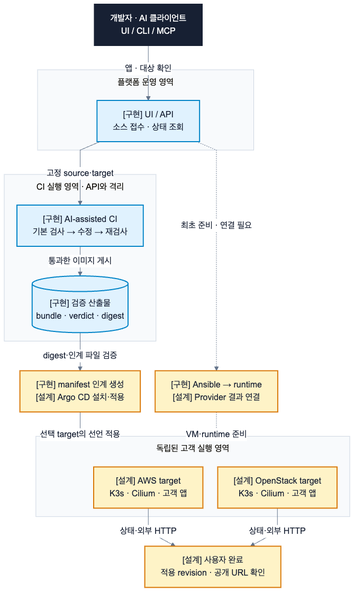
This is docs/architecture/diagrams/system-overview.png from Jasmin-Softbank/Railshot, a Mermaid export, as it was before one commit. Its source is kept beside it as docs/architecture/diagrams/system-overview.mmd. Source of this version:
```mermaid
%%{init: {"theme":"base","fontFamily":"Arial,sans-serif","themeVariables":{"fontFamily":"Arial,sans-serif","fontSize":"16px","primaryTextColor":"#172033","lineColor":"#64748b","edgeLabelBackground":"#ffffff","clusterBkg":"#f8fafc","clusterBorder":"#cbd5e1"},"flowchart":{"curve":"linear","nodeSpacing":28,"rankSpacing":32,"htmlLabels":true,"subGraphTitleMargin":{"top":12,"bottom":30}}}}%%
flowchart TB
  USER["개발자 · AI 클라이언트<br/>UI / CLI / MCP"]:::actor
  subgraph PLATFORM["플랫폼 운영 영역"]
    API["[구현] UI / API<br/>소스 접수 · 상태 조회"]:::code
  end
  subgraph BUILD["CI 실행 영역 · API와 격리"]
    CI["[구현] AI-assisted CI<br/>기본 검사 → 수정 → 재검사"]:::code
    ART[("[구현] 검증 산출물<br/>bundle · verdict · digest")]:::code
  end
  CD["[구현] manifest 인계 생성<br/>[설계] Argo CD 설치·적용"]:::design
  PREP["[구현] Ansible → runtime<br/>[설계] Provider 결과 연결"]:::design
  subgraph TARGETS["독립된 고객 실행 영역"]
    AWS["[설계] AWS target<br/>K3s · Cilium · 고객 앱"]:::design
    ONP["[설계] OpenStack target<br/>K3s · Cilium · 고객 앱"]:::design
  end
  RESULT["[설계] 사용자 완료<br/>적용 revision · 공개 URL 확인"]:::design
  USER --->|"앱 · 대상 확인"| API
  API --->|"고정 source·target"| CI
  CI -->|"통과한 이미지 게시"| ART
  ART -->|"digest·인계 파일 검증"| CD
  CD --->|"선택 target의 선언 적용"| TARGETS
  API -.->|"최초 준비 · 연결 필요"| PREP
  PREP -..->|"VM·runtime 준비"| TARGETS
  AWS -->|"상태·외부 HTTP"| RESULT
  ONP -->|"상태·외부 HTTP"| RESULT

classDef code fill:#e0f2fe,stroke:#0284c7,color:#172033,stroke-width:2px
classDef design fill:#fef3c7,stroke:#d97706,color:#172033,stroke-width:2px
classDef pending fill:#ffe4e6,stroke:#e11d48,color:#172033,stroke-width:2px
classDef actor fill:#172033,stroke:#172033,color:#ffffff,stroke-width:2px
```
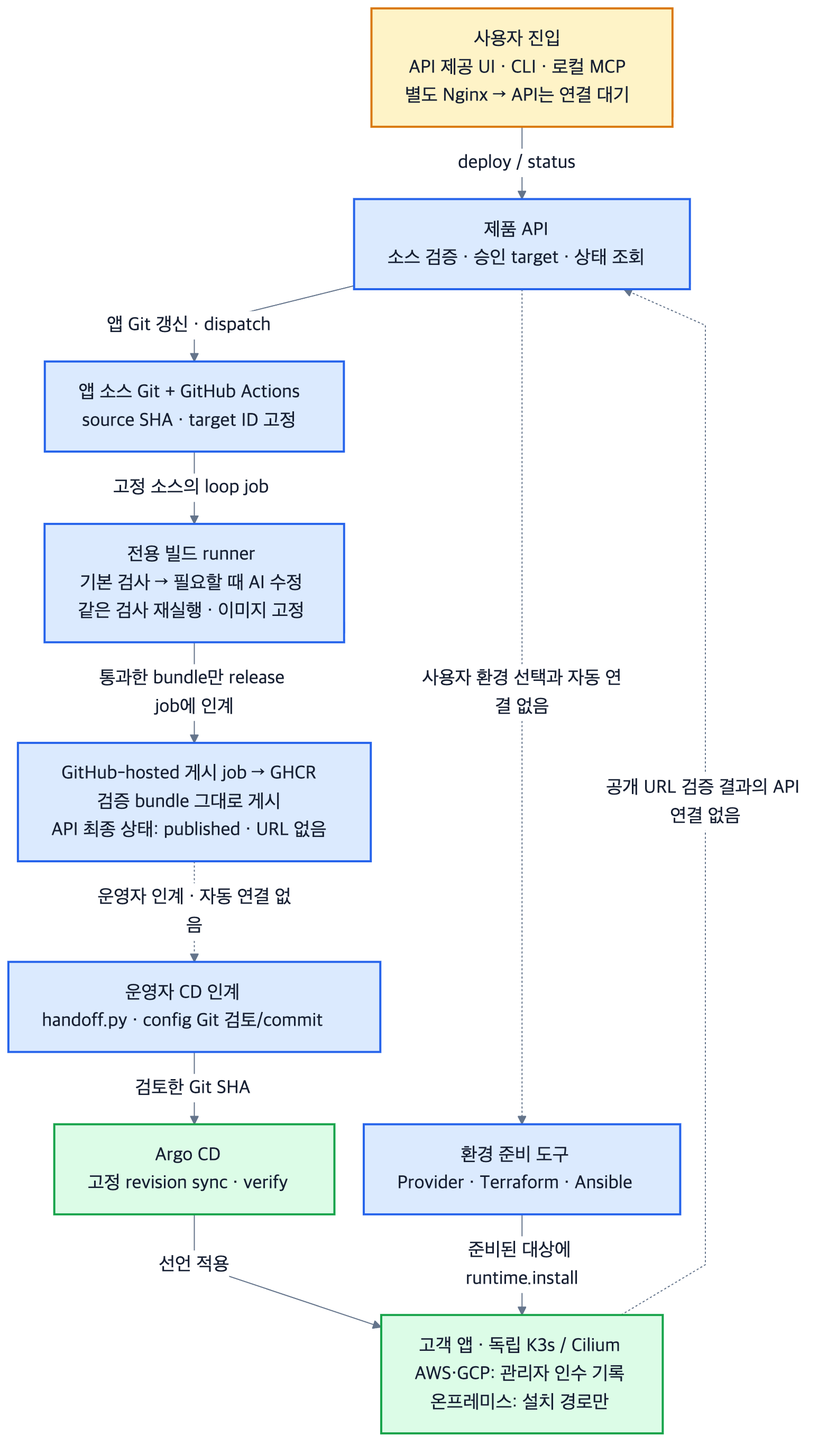
After the change.

What changed in the source:
```diff
@@ -1,31 +1,29 @@
-%%{init: {"theme":"base","fontFamily":"Arial,sans-serif","themeVariables":{"fontFamily":"Arial,sans-serif","fontSize":"16px","primaryTextColor":"#172033","lineColor":"#64748b","edgeLabelBackground":"#ffffff","clusterBkg":"#f8fafc","clusterBorder":"#cbd5e1"},"flowchart":{"curve":"linear","nodeSpacing":28,"rankSpacing":32,"htmlLabels":true,"subGraphTitleMargin":{"top":12,"bottom":30}}}}%%
+%%{init: {"theme":"base","themeVariables":{"fontFamily":"Arial, Apple SD Gothic Neo, sans-serif","fontSize":"18px","lineColor":"#64748b","primaryTextColor":"#172033","clusterBkg":"#f8fafc","clusterBorder":"#cbd5e1","edgeLabelBackground":"#ffffff"},"flowchart":{"curve":"linear","nodeSpacing":28,"rankSpacing":42,"htmlLabels":true,"wrappingWidth":340,"padding":16}}}%%
 flowchart TB
-  USER["개발자 · AI 클라이언트<br/>UI / CLI / MCP"]:::actor
-  subgraph PLATFORM["플랫폼 운영 영역"]
-    API["[구현] UI / API<br/>소스 접수 · 상태 조회"]:::code
-  end
-  subgraph BUILD["CI 실행 영역 · API와 격리"]
-    CI["[구현] AI-assisted CI<br/>기본 검사 → 수정 → 재검사"]:::code
-    ART[("[구현] 검증 산출물<br/>bundle · verdict · digest")]:::code
-  end
-  CD["[구현] manifest 인계 생성<br/>[설계] Argo CD 설치·적용"]:::design
-  PREP["[구현] Ansible → runtime<br/>[설계] Provider 결과 연결"]:::design
-  subgraph TARGETS["독립된 고객 실행 영역"]
-    AWS["[설계] AWS target<br/>K3s · Cilium · 고객 앱"]:::design
-    ONP["[설계] OpenStack target<br/>K3s · Cilium · 고객 앱"]:::design
-  end
-  RESULT["[설계] 사용자 완료<br/>적용 revision · 공개 URL 확인"]:::design
-  USER --->|"앱 · 대상 확인"| API
-  API --->|"고정 source·target"| CI
-  CI -->|"통과한 이미지 게시"| ART
-  ART -->|"digest·인계 파일 검증"| CD
-  CD --->|"선택 target의 선언 적용"| TARGETS
-  API -.->|"최초 준비 · 연결 필요"| PREP
-  PREP -..->|"VM·runtime 준비"| TARGETS
-  AWS -->|"상태·외부 HTTP"| RESULT
-  ONP -->|"상태·외부 HTTP"| RESULT
+ U["사용자 진입<br/>API 제공 UI · CLI · 로컬 MCP<br/>별도 Nginx → API는 연결 대기"]
+ A["제품 API<br/>소스 검증 · 승인 target · 상태 조회"]
+ G["앱 소스 Git + GitHub Actions<br/>source SHA · target ID 고정"]
+ B["전용 빌드 runner<br/>기본 검사 → 필요할 때 AI 수정<br/>같은 검사 재실행 · 이미지 고정"]
+ R["GitHub-hosted 게시 job → GHCR<br/>검증 bundle 그대로 게시<br/>API 최종 상태: published · URL 없음"]
+ H["운영자 CD 인계<br/>handoff.py · config Git 검토/commit"]
+ C["Argo CD<br/>고정 revision sync · verify"]
+ P["환경 준비 도구<br/>Provider · Terraform · Ansible"]
+ K["고객 앱 · 독립 K3s / Cilium<br/>AWS·GCP: 관리자 인수 기록<br/>온프레미스: 설치 경로만"]
+ U -->|"deploy / status"| A
+ A -->|"앱 Git 갱신 · dispatch"| G
+ G -->|"고정 소스의 loop job"| B
+ B -->|"통과한 bundle만 release job에 인계"| R
+ R -.->|"운영자 인계 · 자동 연결 없음"| H
+ H -->|"검토한 Git SHA"| C
+ C -->|"선언 적용"| K
+ A -.->|"사용자 환경 선택과 자동 연결 없음"| P
+ P -->|"준비된 대상에 runtime.install"| K
+ K -.->|"공개 URL 검증 결과의 API 연결 없음"| A
+ class A,G,B,R,H,P code
+ class C,K evidence
+ class U pending
 
-classDef code fill:#e0f2fe,stroke:#0284c7,color:#172033,stroke-width:2px
-classDef design fill:#fef3c7,stroke:#d97706,color:#172033,stroke-width:2px
-classDef pending fill:#ffe4e6,stroke:#e11d48,color:#172033,stroke-width:2px
-classDef actor fill:#172033,stroke:#172033,color:#ffffff,stroke-width:2px
+classDef code fill:#dbeafe,stroke:#2563eb,color:#172033,stroke-width:2px
+classDef evidence fill:#dcfce7,stroke:#16a34a,color:#172033,stroke-width:2px
+classDef pending fill:#fef3c7,stroke:#d97706,color:#172033,stroke-width:2px
+classDef external fill:#f1f5f9,stroke:#64748b,color:#172033,stroke-width:2px
```
